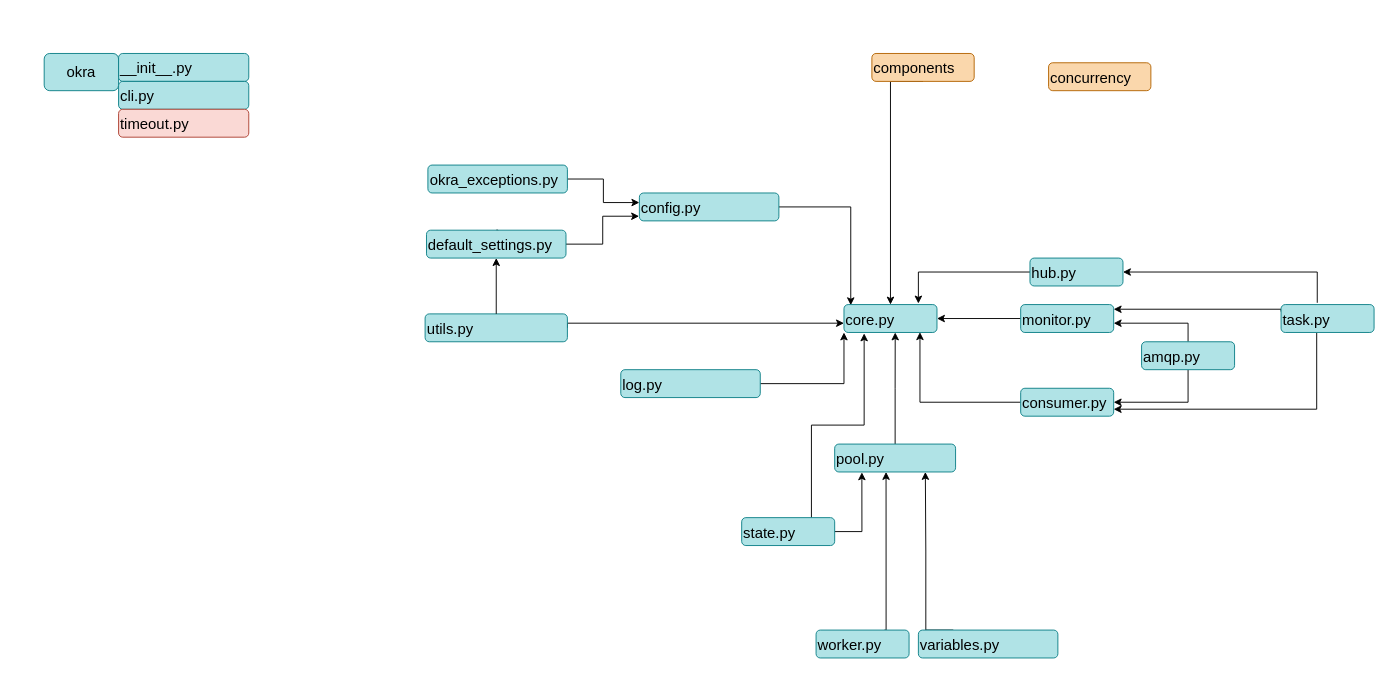
Before: assets/drawio/okra.drawio in atanx/atanx.github.io, a draw.io diagram. Source tidied: cells renumbered, new cells numbered last; positions are measured from the earlier drawing's top-left corner, leaving out a move shared by most shapes. Both pictures are drawn from the tidied source at 93%, with x=0, y=0 at pixel (44, 53).
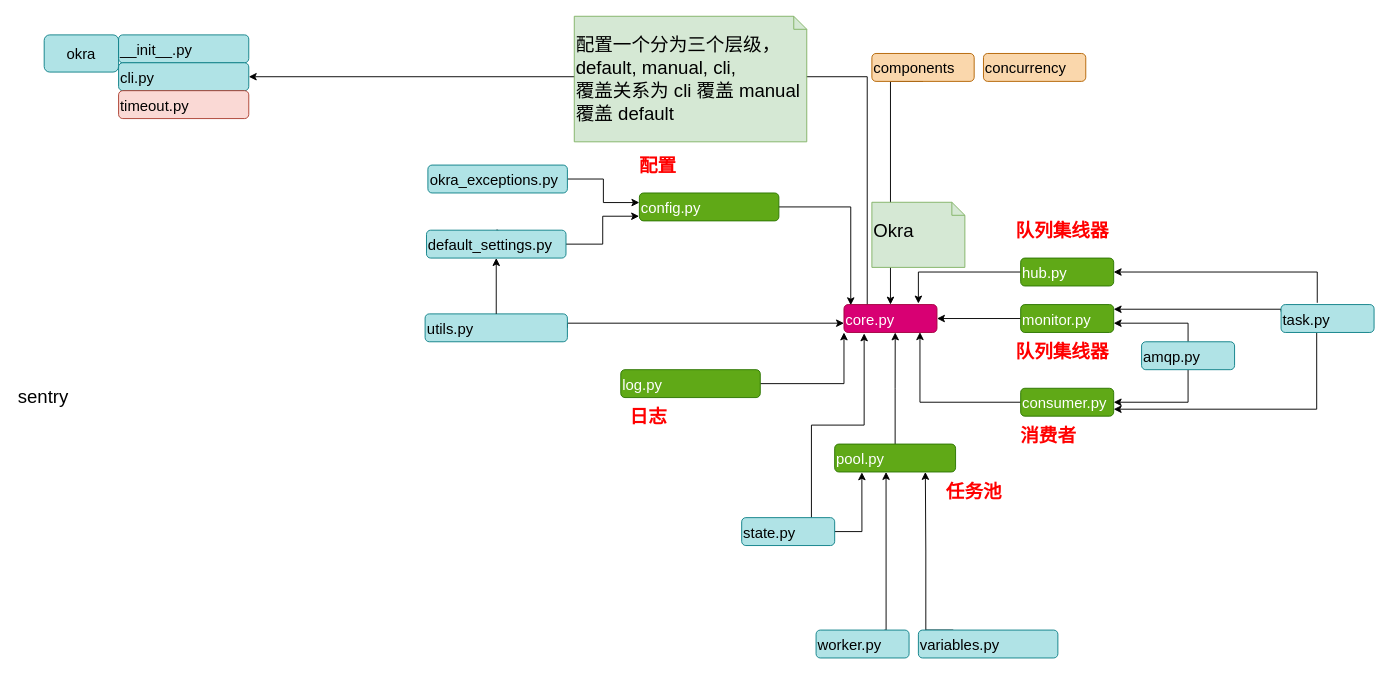
The same diagram, later.

Diff of the diagram source:
```diff
@@
     <mxCell id="2" value="okra" style="rounded=1;whiteSpace=wrap;html=1;fillColor=#b0e3e6;strokeColor=#0e8088;fontSize=16;" parent="1" vertex="1">
-      <mxGeometry width="80" height="40" as="geometry" />
+      <mxGeometry y="-20" width="80" height="40" as="geometry" />
     </mxCell>
     <mxCell id="3" value="__init__.py" style="text;html=1;rounded=1;fillColor=#b0e3e6;strokeColor=#0e8088;fontSize=16;" parent="1" vertex="1">
-      <mxGeometry x="80" width="140" height="30" as="geometry" />
+      <mxGeometry x="80" y="-20" width="140" height="30" as="geometry" />
     </mxCell>
@@
     <mxCell id="7" value="cli.py" style="text;html=1;rounded=1;fillColor=#b0e3e6;strokeColor=#0e8088;fontSize=16;" parent="1" vertex="1">
-      <mxGeometry x="80" y="30" width="140" height="30" as="geometry" />
+      <mxGeometry x="80" y="10" width="140" height="30" as="geometry" />
     </mxCell>
@@
-    <mxCell id="9" value="config.py" style="text;html=1;rounded=1;fillColor=#b0e3e6;strokeColor=#0e8088;fontSize=16;" parent="1" vertex="1">
+    <mxCell id="9" value="config.py" style="text;html=1;rounded=1;fillColor=#60a917;strokeColor=#2D7600;fontSize=16;fontColor=#ffffff;" parent="1" vertex="1">
       <mxGeometry x="640" y="150" width="150" height="30" as="geometry" />
     </mxCell>
@@
-    <mxCell id="11" value="consumer.py" style="text;html=1;rounded=1;fillColor=#b0e3e6;strokeColor=#0e8088;fontSize=16;" parent="1" vertex="1">
+    <mxCell id="11" value="consumer.py" style="text;html=1;rounded=1;fillColor=#60a917;strokeColor=#2D7600;fontSize=16;fontColor=#ffffff;" parent="1" vertex="1">
       <mxGeometry x="1050" y="360" width="100" height="30" as="geometry" />
     </mxCell>
+    <mxCell id="44" style="edgeStyle=orthogonalEdgeStyle;rounded=0;jettySize=auto;html=1;exitX=0.25;exitY=0;exitDx=0;exitDy=0;entryX=1;entryY=0.5;entryDx=0;entryDy=0;fontSize=20;fontColor=#FF0000;" parent="1" edge="1" source="12" target="7">
+      <mxGeometry relative="1" as="geometry" />
+    </mxCell>
-    <mxCell id="12" value="core.py" style="text;html=1;rounded=1;fillColor=#b0e3e6;strokeColor=#0e8088;fontSize=16;" parent="1" vertex="1">
+    <mxCell id="12" value="core.py" style="text;html=1;rounded=1;fillColor=#d80073;strokeColor=#A50040;fontSize=16;fontColor=#ffffff;" parent="1" vertex="1">
       <mxGeometry x="860" y="270" width="100" height="30" as="geometry" />
     </mxCell>
@@
-    <mxCell id="15" value="hub.py" style="text;html=1;rounded=1;fillColor=#b0e3e6;strokeColor=#0e8088;fontSize=16;" parent="1" vertex="1">
-      <mxGeometry x="1060" y="220" width="100" height="30" as="geometry" />
+    <mxCell id="15" value="hub.py" style="text;html=1;rounded=1;fillColor=#60a917;strokeColor=#2D7600;fontSize=16;fontColor=#ffffff;" parent="1" vertex="1">
+      <mxGeometry x="1050" y="220" width="100" height="30" as="geometry" />
     </mxCell>
@@
-    <mxCell id="17" value="log.py" style="text;html=1;rounded=1;fillColor=#b0e3e6;strokeColor=#0e8088;fontSize=16;" parent="1" vertex="1">
+    <mxCell id="17" value="log.py" style="text;html=1;rounded=1;fillColor=#60a917;strokeColor=#2D7600;fontSize=16;fontColor=#ffffff;" parent="1" vertex="1">
       <mxGeometry x="620" y="340" width="150" height="30" as="geometry" />
     </mxCell>
@@
-    <mxCell id="19" value="monitor.py" style="text;html=1;rounded=1;fillColor=#b0e3e6;strokeColor=#0e8088;fontSize=16;" parent="1" vertex="1">
+    <mxCell id="19" value="monitor.py" style="text;html=1;rounded=1;fillColor=#60a917;strokeColor=#2D7600;fontSize=16;fontColor=#ffffff;" parent="1" vertex="1">
       <mxGeometry x="1050" y="270" width="100" height="30" as="geometry" />
     </mxCell>
@@
-    <mxCell id="23" value="pool.py" style="text;html=1;rounded=1;fillColor=#b0e3e6;strokeColor=#0e8088;fontSize=16;" parent="1" vertex="1">
+    <mxCell id="23" value="pool.py" style="text;html=1;rounded=1;fillColor=#60a917;strokeColor=#2D7600;fontSize=16;fontColor=#ffffff;" parent="1" vertex="1">
       <mxGeometry x="850" y="420" width="130" height="30" as="geometry" />
     </mxCell>
@@
     <mxCell id="31" value="timeout.py" style="text;html=1;rounded=1;fillColor=#fad9d5;strokeColor=#ae4132;fontSize=16;" parent="1" vertex="1">
-      <mxGeometry x="80" y="60" width="140" height="30" as="geometry" />
+      <mxGeometry x="80" y="40" width="140" height="30" as="geometry" />
     </mxCell>
@@
     <mxCell id="41" value="concurrency" style="text;html=1;fontSize=16;fillColor=#fad7ac;strokeColor=#b46504;rounded=1;" parent="1" vertex="1">
-      <mxGeometry x="1080" y="10" width="110" height="30" as="geometry" />
+      <mxGeometry x="1010" width="110" height="30" as="geometry" />
     </mxCell>
@@
+    <mxCell id="45" value="日志" style="text;html=1;strokeColor=none;fillColor=none;align=center;verticalAlign=middle;whiteSpace=wrap;rounded=0;fontSize=20;fontStyle=1;fontColor=#FF0000;" parent="1" vertex="1">
+      <mxGeometry x="620" y="380" width="60" height="20" as="geometry" />
+    </mxCell>
+    <mxCell id="46" value="消费者" style="text;html=1;strokeColor=none;fillColor=none;align=center;verticalAlign=middle;whiteSpace=wrap;rounded=0;fontSize=20;fontStyle=1;fontColor=#FF0000;" parent="1" vertex="1">
+      <mxGeometry x="1040" y="400" width="80" height="20" as="geometry" />
+    </mxCell>
+    <mxCell id="47" value="配置" style="text;html=1;strokeColor=none;fillColor=none;align=center;verticalAlign=middle;whiteSpace=wrap;rounded=0;fontSize=20;fontStyle=1;fontColor=#FF0000;" parent="1" vertex="1">
+      <mxGeometry x="630" y="110" width="60" height="20" as="geometry" />
+    </mxCell>
+    <mxCell id="48" value="任务池" style="text;html=1;strokeColor=none;fillColor=none;align=center;verticalAlign=middle;whiteSpace=wrap;rounded=0;fontSize=20;fontStyle=1;fontColor=#FF0000;" parent="1" vertex="1">
+      <mxGeometry x="960" y="460" width="80" height="20" as="geometry" />
+    </mxCell>
+    <mxCell id="49" value="队列集线器" style="text;html=1;strokeColor=none;fillColor=none;align=center;verticalAlign=middle;whiteSpace=wrap;rounded=0;fontSize=20;fontStyle=1;fontColor=#FF0000;" parent="1" vertex="1">
+      <mxGeometry x="1040" y="180" width="110" height="20" as="geometry" />
+    </mxCell>
+    <mxCell id="50" value="队列集线器" style="text;html=1;strokeColor=none;fillColor=none;align=center;verticalAlign=middle;whiteSpace=wrap;rounded=0;fontSize=20;fontStyle=1;fontColor=#FF0000;" parent="1" vertex="1">
+      <mxGeometry x="1040" y="310" width="110" height="20" as="geometry" />
+    </mxCell>
+    <mxCell id="51" value="sentry" style="text;html=1;fontSize=20;fontColor=#000000;" parent="1" vertex="1">
+      <mxGeometry x="-30" y="350" width="80" height="40" as="geometry" />
+    </mxCell>
+    <mxCell id="52" parent="0" />
+    <mxCell id="53" value="&lt;pre style=&quot;color: rgb(169 , 183 , 198) ; font-family: &amp;#34;source code pro&amp;#34; ; font-size: 13.5pt&quot;&gt;&lt;span style=&quot;color: rgb(0 , 0 , 0) ; font-family: &amp;#34;helvetica&amp;#34; ; font-size: 20px ; white-space: nowrap&quot;&gt;Okra&lt;/span&gt;&lt;span style=&quot;background-color: rgb(43 , 43 , 43)&quot;&gt;&lt;br&gt;&lt;/span&gt;&lt;/pre&gt;" style="shape=note;whiteSpace=wrap;html=1;size=14;verticalAlign=top;align=left;spacingTop=-6;rounded=1;fontSize=20;fillColor=#d5e8d4;strokeColor=#82b366;" parent="52" vertex="1">
+      <mxGeometry x="890" y="160" width="100" height="70" as="geometry" />
+    </mxCell>
+    <mxCell id="54" value="&lt;pre style=&quot;font-size: 13.5pt ; font-family: &amp;#34;source code pro&amp;#34; ; color: rgb(169 , 183 , 198)&quot;&gt;&lt;pre style=&quot;font-family: &amp;#34;ar pl ukai cn&amp;#34; ; font-size: 13.5pt&quot;&gt;&lt;span style=&quot;color: rgb(0 , 0 , 0) ; font-family: &amp;#34;helvetica&amp;#34; ; font-size: 20px ; white-space: nowrap&quot;&gt;配置一个分为三个层级，&lt;br&gt;default, manual, cli, &lt;br&gt;覆盖关系为 cli 覆盖 manual&lt;br&gt;覆盖 default&lt;/span&gt;&lt;span style=&quot;background-color: rgb(43 , 43 , 43)&quot;&gt;&lt;br&gt;&lt;/span&gt;&lt;/pre&gt;&lt;/pre&gt;" style="shape=note;whiteSpace=wrap;html=1;size=14;verticalAlign=top;align=left;spacingTop=-6;rounded=1;fontSize=20;fillColor=#d5e8d4;strokeColor=#82b366;" parent="52" vertex="1">
+      <mxGeometry x="570" y="-40" width="250" height="135" as="geometry" />
+    </mxCell>
```
